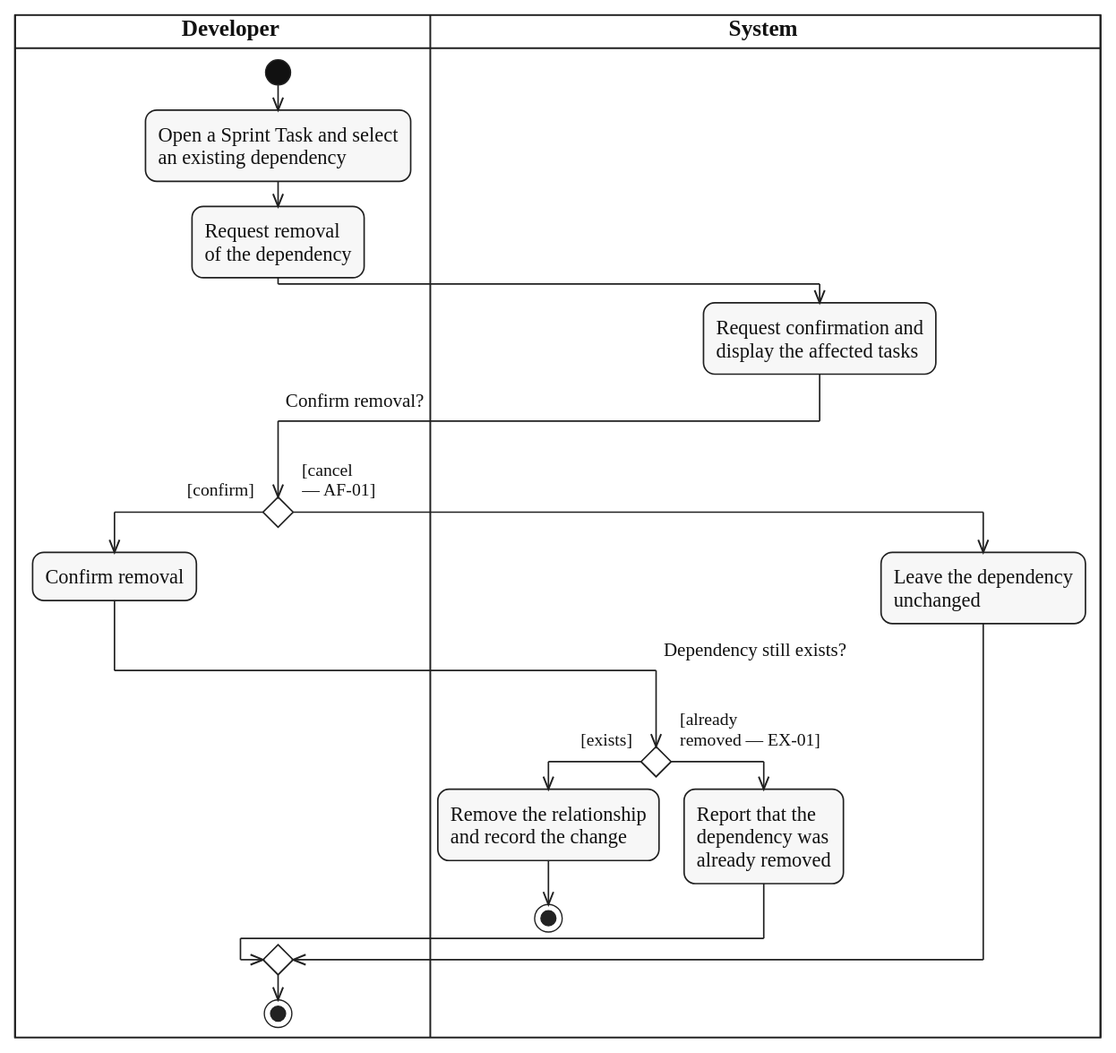
This is diagrams/activity/sprint-work/svg/UC-TASK-DEPENDENCY-REMOVE.svg from lukenab/swd392-doc-automation, a PlantUML export, as it was before one commit. Its source is kept beside it as diagrams/activity/sprint-work/source/UC-TASK-DEPENDENCY-REMOVE.puml.
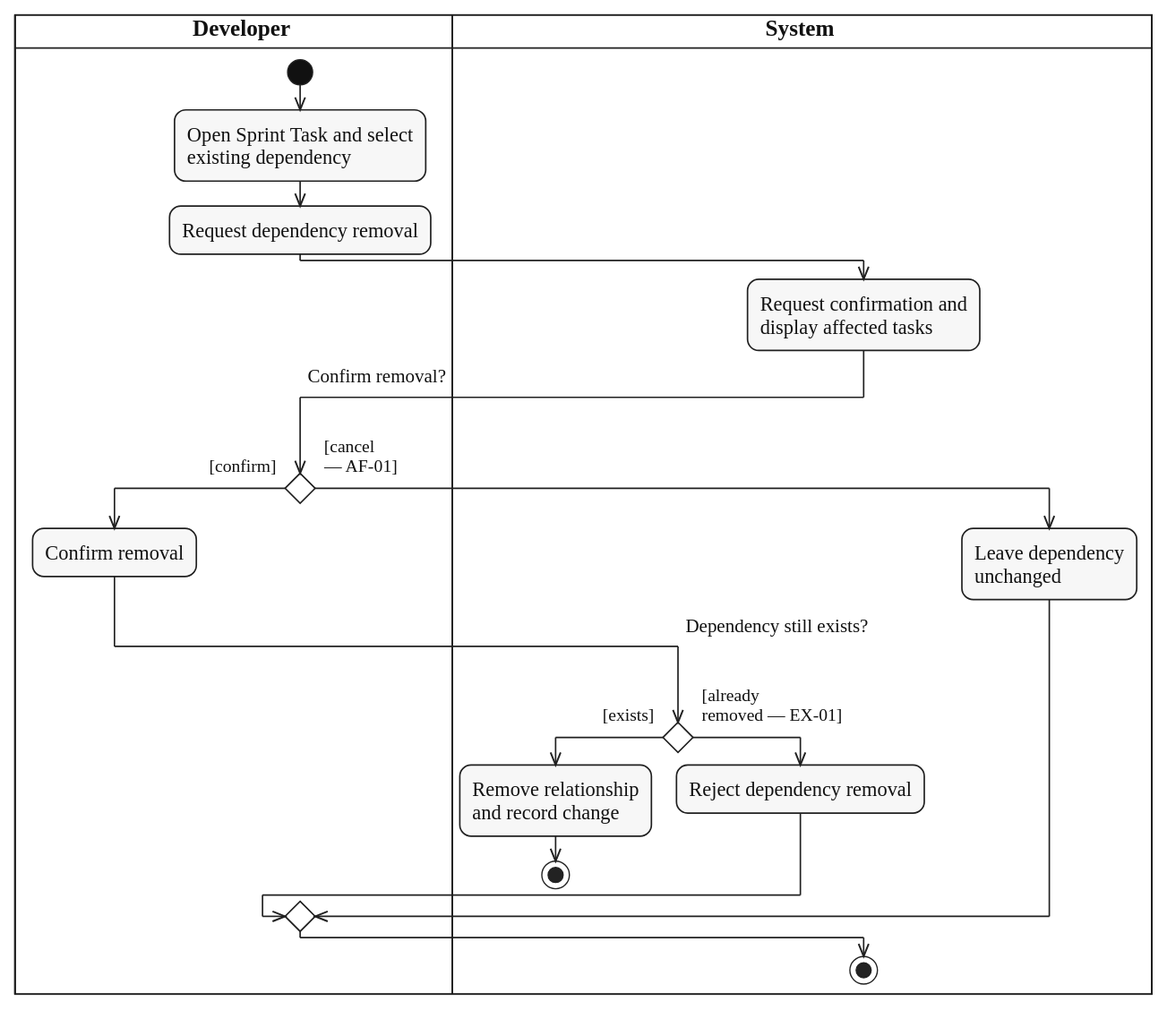
After the change.

Change to the diagram source:
```diff
@@ -5,31 +5,28 @@
 
 |DEV|
 start
-:Open a Sprint Task and select
-an existing dependency;
-:Request removal
-of the dependency;
+:Open Sprint Task and select
+existing dependency;
+:Request dependency removal;
 |SYS|
 :Request confirmation and
-display the affected tasks;
+display affected tasks;
 |DEV|
 if ($question_x("Confirm removal?")) then ($guard_left("[confirm]"))
   :Confirm removal;
   |SYS|
   if ($question_x("Dependency still exists?")) then ($guard_left("[exists]"))
-    :Remove the relationship
-    and record the change;
+    :Remove relationship
+    and record change;
     stop
   else ($guard_right("[already", "removed — EX-01]"))
-    :Report that the
-    dependency was
-    already removed;
+    :Reject dependency removal;
   endif
 else ($guard_right("[cancel", "— AF-01]"))
   |SYS|
-  :Leave the dependency
+  :Leave dependency
   unchanged;
 endif
-|DEV|
+|SYS|
 stop
 @enduml
```
